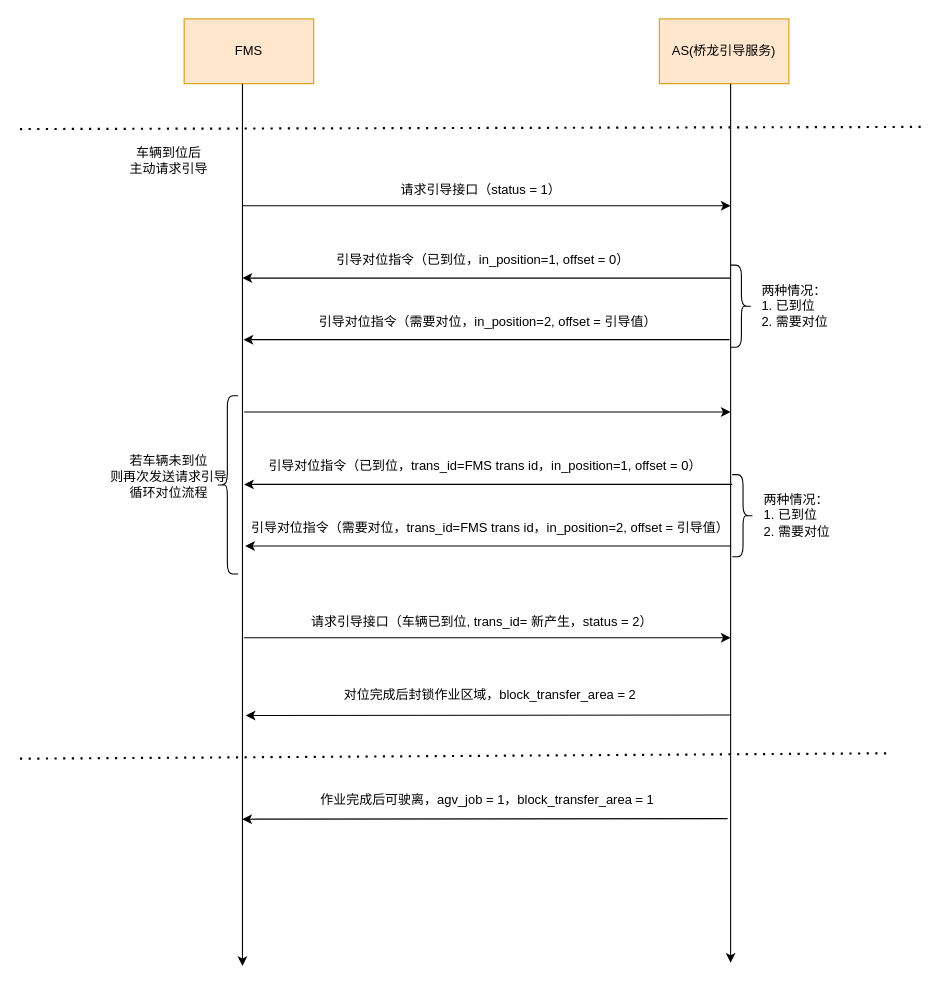
duanduanhh/CS keeps this draw.io diagram as 轨道吊引导时序图.drawio. Above is the earlier version. Source tidied: cells renumbered, new cells numbered last; positions are measured from the earlier drawing's top-left corner, leaving out a move shared by most shapes. Both pictures are drawn from the tidied source at 108%, with x=0, y=0 at pixel (19, 18).
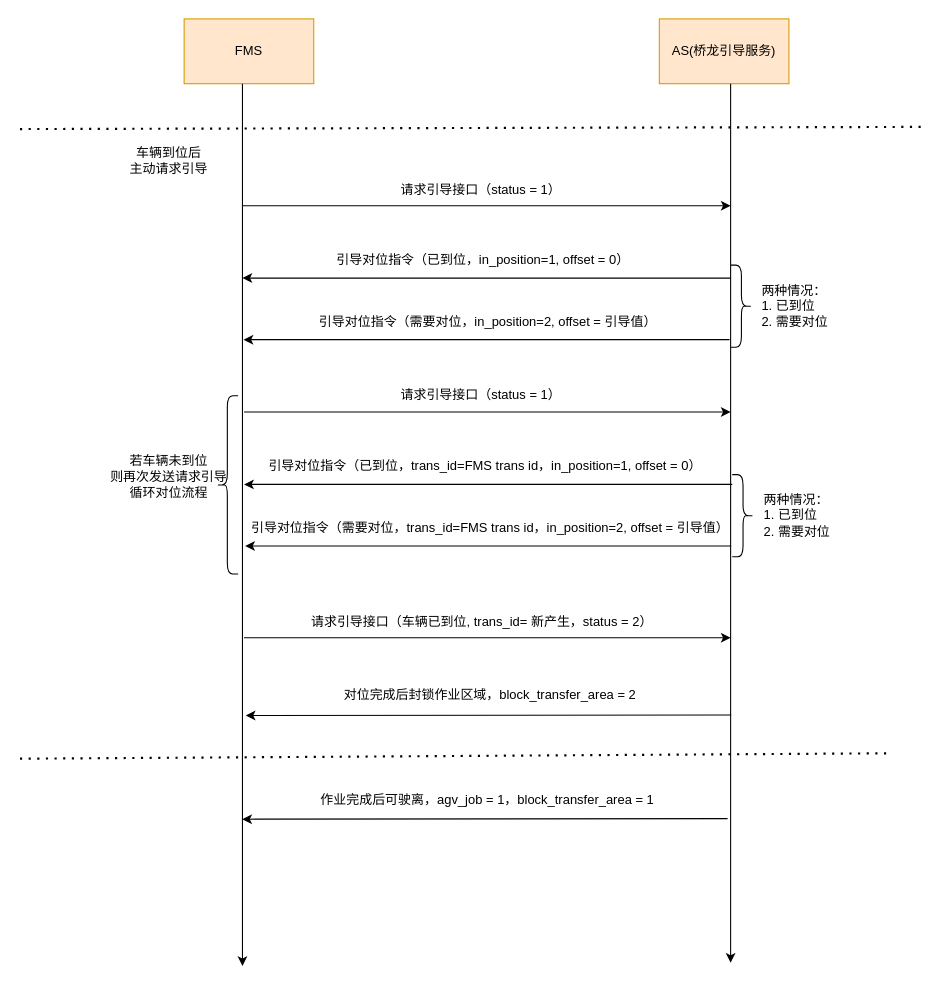
The same page after the edit.

Commit message (it also covers changes not shown here):
轨道吊引导时序图.drawio

What changed in the source:
```diff
@@
+    <mxCell id="32" value="请求引导接口（status = 1）" style="text;strokeColor=none;align=center;fillColor=none;html=1;verticalAlign=middle;whiteSpace=wrap;rounded=0;" parent="1" vertex="1">
+      <mxGeometry x="260.5" y="338" width="331.5" height="20" as="geometry" />
+    </mxCell>
```
